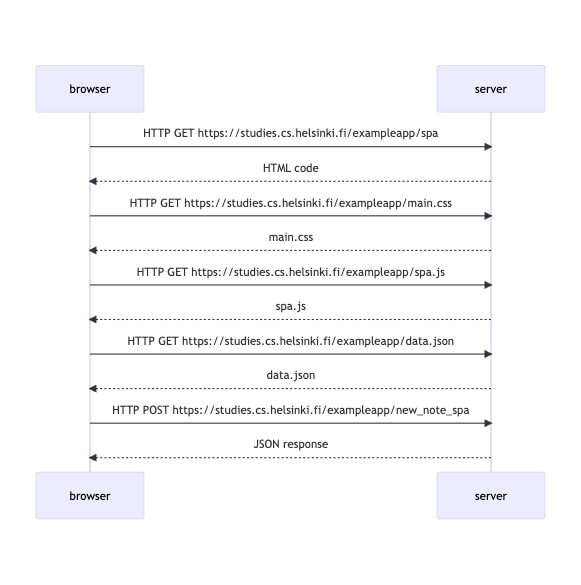
The Mermaid diagram part00/6ex.png in fafusha/fullstackopen, before a commit. Its source is kept beside it as part00/6ex.mermaid.
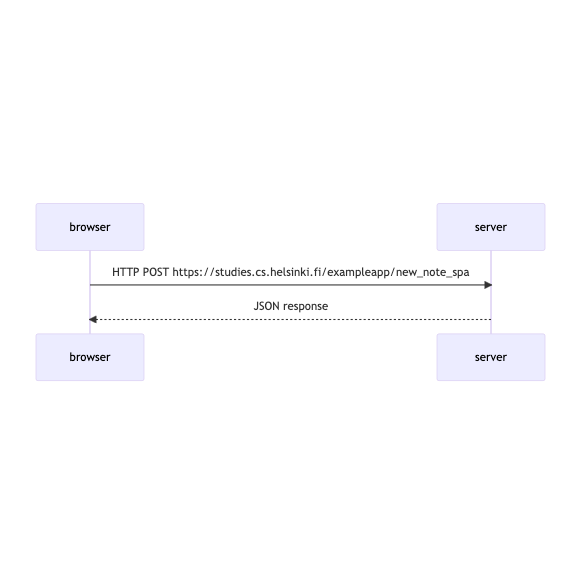
Above is the later version.

Change to the diagram source:
```diff
@@ -1,11 +1,3 @@
 sequenceDiagram
-browser->>server: HTTP GET https://studies.cs.helsinki.fi/exampleapp/spa
-server-->>browser: HTML code
-browser->>server: HTTP GET https://studies.cs.helsinki.fi/exampleapp/main.css
-server-->>browser: main.css
-browser->>server: HTTP GET https://studies.cs.helsinki.fi/exampleapp/spa.js
-server-->>browser: spa.js
-browser->>server: HTTP GET https://studies.cs.helsinki.fi/exampleapp/data.json
-server-->>browser: data.json
 browser->>server: HTTP POST https://studies.cs.helsinki.fi/exampleapp/new_note_spa
 server-->>browser: JSON response
```
